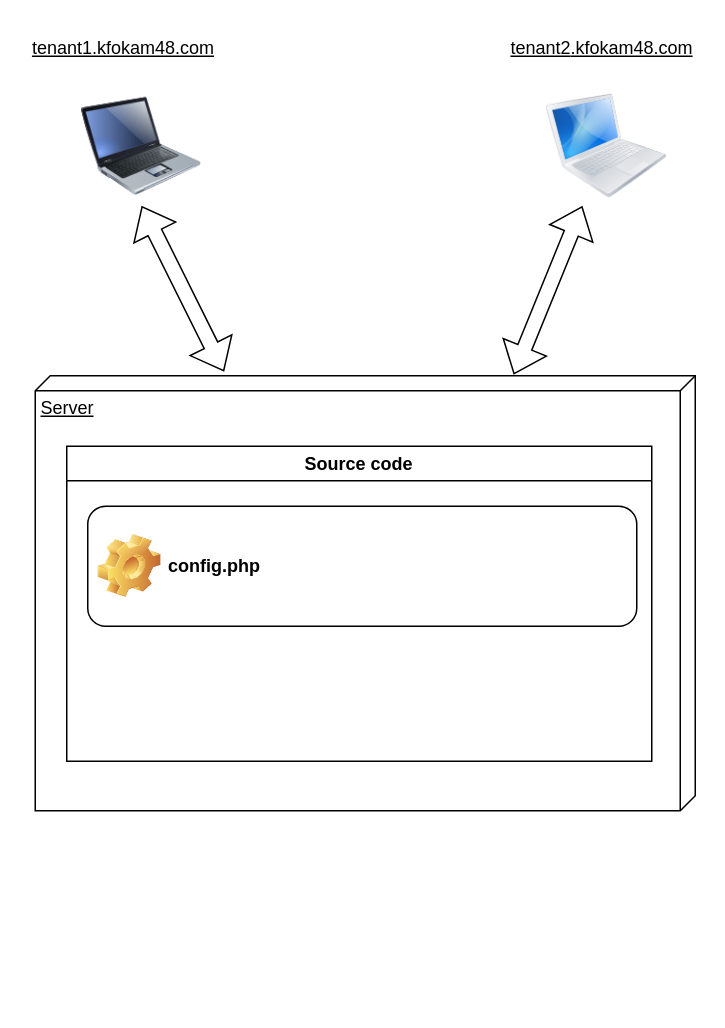
Before: Diagramme sans nom.drawio in sngdtechnologies/Calculatrice, a draw.io diagram. Source tidied: cells renumbered, new cells numbered last; positions are measured from the earlier drawing's top-left corner, leaving out a move shared by most shapes. Both pictures are drawn from the tidied source at 150%, with x=0, y=0 at pixel (26, 26).
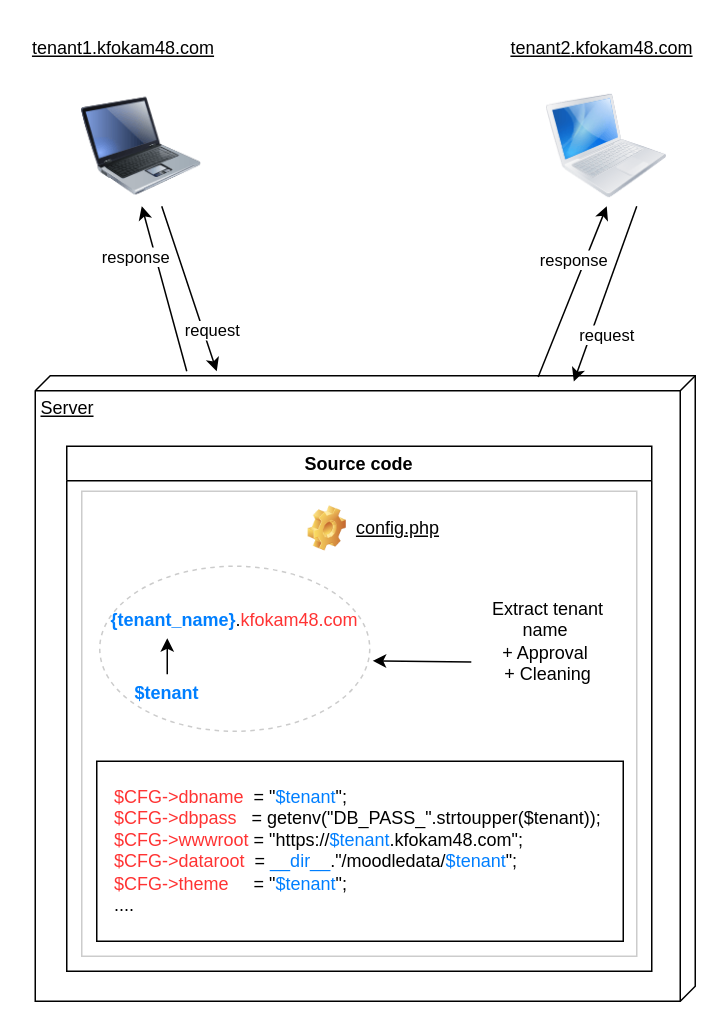
After the change.

Commit message (it also covers changes not shown here):
Mettre à jour Diagramme sans nom.drawio

The change refers to these unchanged cells:
```xml
<mxCell id="2" style="image;html=1;image=img/lib/clip_art/computers/Laptop_128x128.png;" parent="1" vertex="1">
  <mxGeometry x="37" y="40" width="80" height="80" as="geometry" />
</mxCell>
<mxCell id="3" style="image;html=1;image=img/lib/clip_art/computers/MacBook_128x128.png;" parent="1" vertex="1">
  <mxGeometry x="347" y="40" width="80" height="80" as="geometry" />
</mxCell>
```

The edit, as a diff of the source:
```diff
@@
     <mxCell id="6" value="Server" style="verticalAlign=top;align=left;spacingTop=8;spacingLeft=2;spacingRight=12;shape=cube;size=10;direction=south;fontStyle=4;html=1;whiteSpace=wrap;" parent="1" vertex="1">
-      <mxGeometry x="6" y="233" width="440" height="290" as="geometry" />
+      <mxGeometry x="6" y="233" width="440" height="417" as="geometry" />
     </mxCell>
-    <mxCell id="7" style="shape=flexArrow;endArrow=classic;startArrow=classic;html=1;rounded=0;exitX=0.5;exitY=1;exitDx=0;exitDy=0;entryX=-0.01;entryY=0.714;entryDx=0;entryDy=0;entryPerimeter=0;" parent="1" edge="1" source="2" target="6">
-      <mxGeometry relative="1" as="geometry" />
-    </mxCell>
+    <mxCell id="9" value="Source code" style="swimlane;whiteSpace=wrap;html=1;" parent="1" vertex="1">
+      <mxGeometry x="27" y="280" width="390" height="350" as="geometry" />
+    </mxCell>
+    <mxCell id="11" style="rounded=0;whiteSpace=wrap;html=1;strokeColor=#CCCCCC;" parent="1" vertex="1">
+      <mxGeometry x="37" y="310" width="370" height="310" as="geometry" />
+    </mxCell>
+    <mxCell id="12" style="shape=image;html=1;verticalLabelPosition=bottom;verticalAlign=top;imageAspect=1;image=img/clipart/Gear_128x128.png;" parent="1" vertex="1">
+      <mxGeometry x="188" y="320" width="25.6" height="30" as="geometry" />
+    </mxCell>
+    <mxCell id="10" value="&lt;u&gt;config.php&lt;/u&gt;" style="text;html=1;align=center;verticalAlign=middle;whiteSpace=wrap;rounded=0;" parent="1" vertex="1">
+      <mxGeometry x="218" y="320" width="60" height="30" as="geometry" />
+    </mxCell>
+    <mxCell id="13" style="ellipse;whiteSpace=wrap;html=1;dashed=1;strokeColor=#CCCCCC;" parent="1" vertex="1">
+      <mxGeometry x="49" y="360" width="180" height="110" as="geometry" />
+    </mxCell>
+    <mxCell id="14" value="&lt;font style=&quot;color: rgb(0, 127, 255);&quot;&gt;&lt;b&gt;$tenant&lt;/b&gt;&lt;/font&gt;" style="text;html=1;align=center;verticalAlign=middle;whiteSpace=wrap;rounded=0;" parent="1" vertex="1">
+      <mxGeometry x="64" y="434" width="60" height="22" as="geometry" />
+    </mxCell>
+    <mxCell id="15" value="&lt;h1 style=&quot;text-align: left; margin-top: 0px;&quot;&gt;&lt;span style=&quot;font-size: 12px;&quot;&gt;&lt;font style=&quot;color: rgb(0, 127, 255);&quot;&gt;{tenant_name}&lt;/font&gt;&lt;/span&gt;&lt;span style=&quot;font-size: 12px; font-weight: 400;&quot;&gt;.&lt;font style=&quot;color: rgb(255, 51, 51);&quot;&gt;kfokam48.com&lt;/font&gt;&lt;/span&gt;&lt;/h1&gt;" style="text;html=1;align=center;verticalAlign=middle;whiteSpace=wrap;rounded=0;" parent="1" vertex="1">
+      <mxGeometry x="54" y="390" width="170" height="20" as="geometry" />
+    </mxCell>
+    <mxCell id="16" style="endArrow=classic;html=1;rounded=0;exitX=0.5;exitY=0;exitDx=0;exitDy=0;" parent="1" edge="1">
+      <mxGeometry relative="1" as="geometry">
+        <mxPoint x="94" y="432" as="sourcePoint" />
+        <mxPoint x="94" y="408" as="targetPoint" />
+      </mxGeometry>
+    </mxCell>
+    <mxCell id="17" value="Extract tenant name&amp;nbsp;&lt;div&gt;+ Approval&amp;nbsp;&lt;/div&gt;&lt;div&gt;+ Cleaning&lt;/div&gt;" style="text;html=1;align=center;verticalAlign=middle;whiteSpace=wrap;rounded=0;" parent="1" vertex="1">
+      <mxGeometry x="298" y="360" width="100" height="100" as="geometry" />
+    </mxCell>
+    <mxCell id="18" style="endArrow=classic;html=1;rounded=0;entryX=1.011;entryY=0.573;entryDx=0;entryDy=0;entryPerimeter=0;exitX=-0.013;exitY=0.639;exitDx=0;exitDy=0;exitPerimeter=0;" parent="1" edge="1" source="17" target="13">
+      <mxGeometry relative="1" as="geometry" />
+    </mxCell>
+    <mxCell id="19" style="rounded=0;whiteSpace=wrap;html=1;" parent="1" vertex="1">
+      <mxGeometry x="47" y="490" width="351" height="120" as="geometry" />
+    </mxCell>
+    <mxCell id="20" value="&lt;font style=&quot;color: rgb(255, 51, 51);&quot;&gt;$CFG-&amp;gt;dbname&lt;/font&gt;&amp;nbsp; = &quot;&lt;font style=&quot;color: rgb(0, 127, 255);&quot;&gt;$tenant&lt;/font&gt;&quot;;&lt;div&gt;&lt;font style=&quot;color: rgb(255, 51, 51);&quot;&gt;$CFG-&amp;gt;dbpass&lt;/font&gt;&amp;nbsp; &amp;nbsp;= getenv(&quot;DB_PASS_&quot;.strtoupper($tenant));&lt;/div&gt;&lt;div&gt;&lt;font style=&quot;color: rgb(255, 51, 51);&quot;&gt;$CFG-&amp;gt;wwwroot&lt;/font&gt; = &quot;https://&lt;font style=&quot;color: rgb(0, 127, 255);&quot;&gt;$tenant&lt;/font&gt;.kfokam48.com&quot;;&lt;/div&gt;&lt;div&gt;&lt;font style=&quot;color: rgb(255, 51, 51);&quot;&gt;$CFG-&amp;gt;dataroot&lt;/font&gt;&amp;nbsp; = &lt;font style=&quot;color: rgb(0, 127, 255);&quot;&gt;__dir__&lt;/font&gt;.&quot;/moodledata/&lt;font style=&quot;color: rgb(0, 127, 255);&quot;&gt;$tenant&lt;/font&gt;&quot;;&lt;/div&gt;&lt;div&gt;&lt;font style=&quot;color: rgb(255, 51, 51);&quot;&gt;$CFG-&amp;gt;theme&lt;/font&gt;&amp;nbsp; &amp;nbsp; &amp;nbsp;= &quot;&lt;font style=&quot;color: rgb(0, 127, 255);&quot;&gt;$tenant&lt;/font&gt;&quot;;&lt;/div&gt;&lt;div&gt;....&lt;/div&gt;" style="text;html=1;whiteSpace=wrap;overflow=hidden;rounded=0;" parent="1" vertex="1">
+      <mxGeometry x="57" y="500" width="330" height="100" as="geometry" />
+    </mxCell>
+    <mxCell id="21" style="endArrow=classic;html=1;rounded=0;" parent="1" edge="1" source="2">
+      <mxGeometry relative="1" as="geometry">
+        <mxPoint x="127" y="230" as="targetPoint" />
+      </mxGeometry>
+    </mxCell>
+    <mxCell id="22" value="request" style="edgeLabel;html=1;align=center;verticalAlign=middle;" parent="21" vertex="1">
+      <mxGeometry relative="1" as="geometry">
+        <mxPoint x="15" y="27" as="offset" />
+      </mxGeometry>
+    </mxCell>
+    <mxCell id="23" style="endArrow=classic;html=1;rounded=0;entryX=0.5;entryY=1;entryDx=0;entryDy=0;" parent="1" edge="1" target="2">
+      <mxGeometry relative="1" as="geometry">
+        <mxPoint x="107" y="230" as="sourcePoint" />
+      </mxGeometry>
+    </mxCell>
+    <mxCell id="24" value="response" style="edgeLabel;html=1;align=center;verticalAlign=middle;" parent="23" vertex="1">
+      <mxGeometry relative="1" as="geometry">
+        <mxPoint x="-20" y="-22" as="offset" />
+      </mxGeometry>
+    </mxCell>
-    <mxCell id="8" style="shape=flexArrow;endArrow=classic;startArrow=classic;html=1;rounded=0;entryX=-0.003;entryY=0.275;entryDx=0;entryDy=0;entryPerimeter=0;" parent="1" edge="1" source="3" target="6">
+    <mxCell id="8" style="endArrow=classic;html=1;rounded=0;exitX=0.75;exitY=1;exitDx=0;exitDy=0;entryX=0.009;entryY=0.184;entryDx=0;entryDy=0;entryPerimeter=0;" parent="1" edge="1" source="3" target="6">
       <mxGeometry relative="1" as="geometry" />
     </mxCell>
-    <mxCell id="9" value="Source code" style="swimlane;whiteSpace=wrap;html=1;" parent="1" vertex="1">
-      <mxGeometry x="27" y="280" width="390" height="210" as="geometry" />
-    </mxCell>
-    <mxCell id="10" value="config.php" style="label;whiteSpace=wrap;html=1;image=img/clipart/Gear_128x128.png;" parent="9" vertex="1">
-      <mxGeometry x="14" y="40" width="366" height="80" as="geometry" />
-    </mxCell>
+    <mxCell id="25" value="request" style="edgeLabel;html=1;align=center;verticalAlign=middle;" parent="8" vertex="1">
+      <mxGeometry relative="1" as="geometry">
+        <mxPoint y="27" as="offset" />
+      </mxGeometry>
+    </mxCell>
+    <mxCell id="26" style="endArrow=classic;html=1;rounded=0;entryX=0.5;entryY=1;entryDx=0;entryDy=0;exitX=0.002;exitY=0.238;exitDx=0;exitDy=0;exitPerimeter=0;" parent="1" edge="1" source="6" target="3">
+      <mxGeometry relative="1" as="geometry" />
+    </mxCell>
+    <mxCell id="27" value="response" style="edgeLabel;html=1;align=center;verticalAlign=middle;" parent="26" vertex="1">
+      <mxGeometry relative="1" as="geometry">
+        <mxPoint y="-22" as="offset" />
+      </mxGeometry>
+    </mxCell>
```
